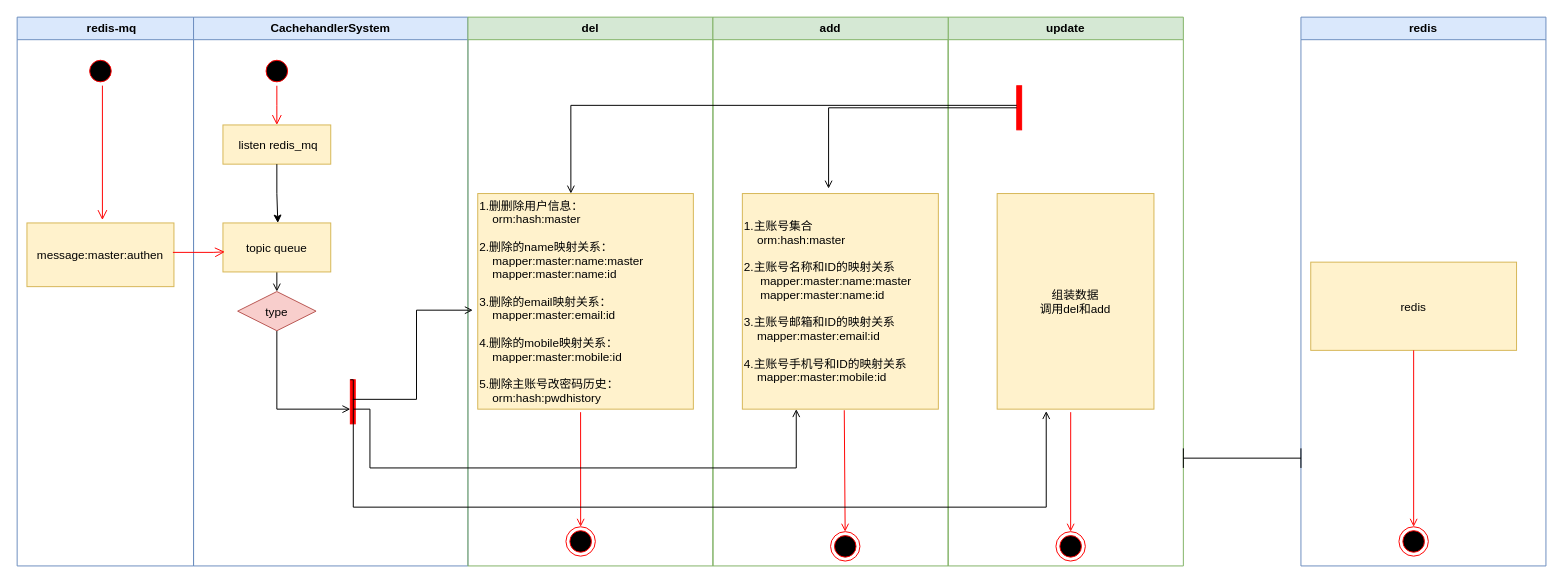
DeanYang121/typora_images keeps this draw.io diagram as page "主从帐号-主从帐号授权变更" (10 of 19) of cachehandlersystem_消息订阅.drawio. Above is the earlier version. Source tidied: cells renumbered, new cells numbered last; positions are measured from the earlier drawing's top-left corner, leaving out a move shared by most shapes. Both pictures are drawn from the tidied source at 98%, with x=0, y=0 at pixel (17, 17).
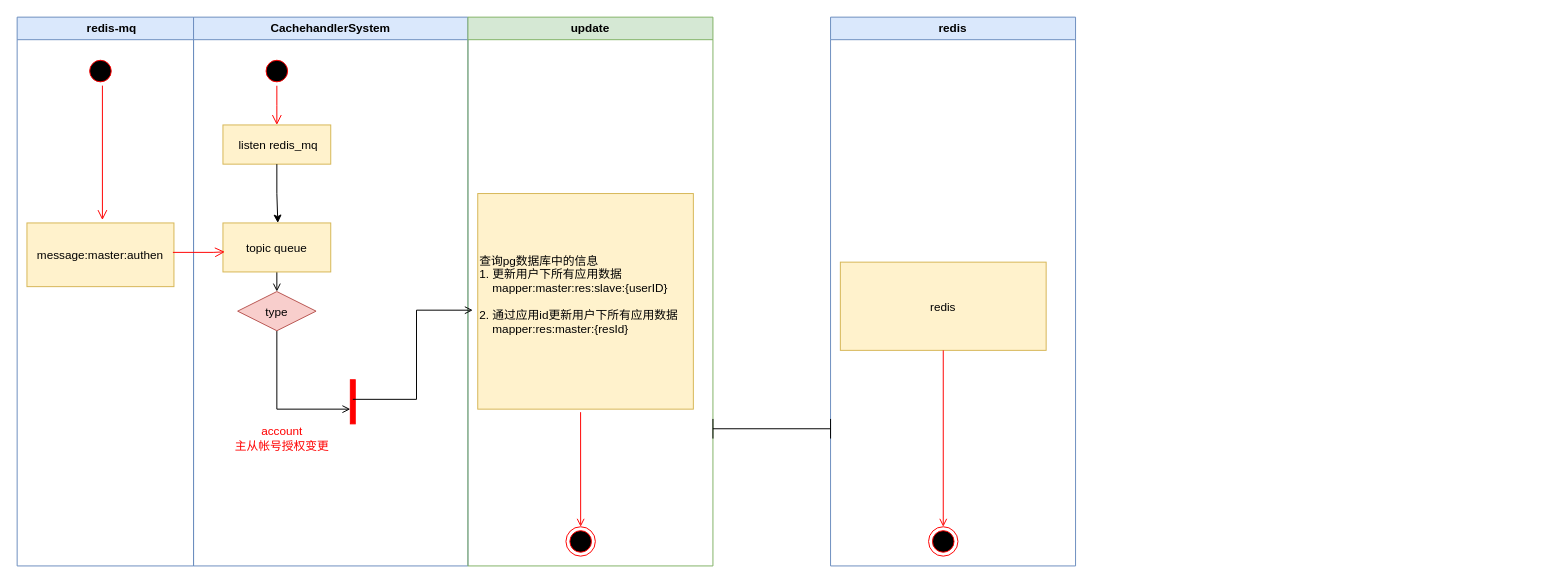
Above is the later version.

Unchanged cells that the change refers to:
```xml
<mxCell id="15" style="whiteSpace=wrap;strokeColor=#FF0000;fillColor=#FF0000;" parent="6" vertex="1">
  <mxGeometry x="160" y="370" width="5" height="45" as="geometry" />
</mxCell>
```

What changed in the source:
```diff
@@
-    <mxCell id="16" value="del" style="swimlane;whiteSpace=wrap;fillColor=#d5e8d4;strokeColor=#82b366;" parent="1" vertex="1">
+    <mxCell id="16" value="update" style="swimlane;whiteSpace=wrap;fillColor=#d5e8d4;strokeColor=#82b366;" parent="1" vertex="1">
       <mxGeometry x="460" width="250" height="560" as="geometry" />
     </mxCell>
-    <mxCell id="17" value="1.删删除用户信息：&#10;    orm:hash:master&#10;&#10;2.删除的name映射关系：&#10;    mapper:master:name:master&#10;    mapper:master:name:id&#10;&#10;3.删除的email映射关系：&#10;    mapper:master:email:id&#10;&#10;4.删除的mobile映射关系：&#10;    mapper:master:mobile:id&#10;&#10;5.删除主账号改密码历史：&#10;    orm:hash:pwdhistory" style="align=left;fillColor=#fff2cc;strokeColor=#d6b656;" parent="16" vertex="1">
+    <mxCell id="17" value="查询pg数据库中的信息&#10;1. 更新用户下所有应用数据&#10;    mapper:master:res:slave:{userID}&#10;&#10;2. 通过应用id更新用户下所有应用数据&#10;    mapper:res:master:{resId}&#10;    " style="align=left;fillColor=#fff2cc;strokeColor=#d6b656;" parent="16" vertex="1">
       <mxGeometry x="10" y="180" width="220" height="220" as="geometry" />
     </mxCell>
@@
-    <mxCell id="20" value="update" style="swimlane;whiteSpace=wrap;fillColor=#d5e8d4;strokeColor=#82b366;" parent="1" vertex="1">
-      <mxGeometry x="950" width="240" height="560" as="geometry" />
-    </mxCell>
-    <mxCell id="21" value="组装数据&#10;调用del和add" style="fillColor=#fff2cc;strokeColor=#d6b656;" parent="20" vertex="1">
-      <mxGeometry x="50" y="180" width="160" height="220" as="geometry" />
-    </mxCell>
-    <mxCell id="22" style="ellipse;shape=endState;fillColor=#000000;strokeColor=#ff0000;" parent="20" vertex="1">
-      <mxGeometry x="110" y="525" width="30" height="30" as="geometry" />
-    </mxCell>
-    <mxCell id="23" style="endArrow=open;strokeColor=#FF0000;endFill=1;rounded=0;exitX=0.469;exitY=1.014;exitDx=0;exitDy=0;exitPerimeter=0;" parent="20" edge="1" source="21" target="22">
-      <mxGeometry relative="1" as="geometry" />
-    </mxCell>
-    <mxCell id="24" style="whiteSpace=wrap;strokeColor=#FF0000;fillColor=#FF0000;" parent="20" vertex="1">
-      <mxGeometry x="70" y="70" width="5" height="45" as="geometry" />
-    </mxCell>
@@
-    <mxCell id="26" value="add" style="swimlane;whiteSpace=wrap;fillColor=#d5e8d4;strokeColor=#82b366;" parent="1" vertex="1">
-      <mxGeometry x="710" width="240" height="560" as="geometry" />
-    </mxCell>
-    <mxCell id="27" value="1.主账号集合&#10;    orm:hash:master&#10;    &#10;2.主账号名称和ID的映射关系&#10;     mapper:master:name:master&#10;     mapper:master:name:id&#10;&#10;3.主账号邮箱和ID的映射关系&#10;    mapper:master:email:id&#10;&#10;4.主账号手机号和ID的映射关系&#10;    mapper:master:mobile:id" style="align=left;fillColor=#fff2cc;strokeColor=#d6b656;" parent="26" vertex="1">
-      <mxGeometry x="30" y="180" width="200" height="220" as="geometry" />
-    </mxCell>
-    <mxCell id="28" style="ellipse;shape=endState;fillColor=#000000;strokeColor=#ff0000;" parent="26" vertex="1">
-      <mxGeometry x="120" y="525" width="30" height="30" as="geometry" />
-    </mxCell>
-    <mxCell id="29" style="endArrow=open;strokeColor=#FF0000;endFill=1;rounded=0;exitX=0.52;exitY=1.005;exitDx=0;exitDy=0;exitPerimeter=0;" parent="26" edge="1" source="27" target="28">
-      <mxGeometry relative="1" as="geometry" />
-    </mxCell>
-    <mxCell id="30" style="edgeStyle=orthogonalEdgeStyle;rounded=0;jettySize=auto;html=1;fontColor=#FF0000;endArrow=open;endFill=0;endSize=6;entryX=0.275;entryY=1;entryDx=0;entryDy=0;entryPerimeter=0;" parent="1" edge="1" target="27">
-      <mxGeometry relative="1" as="geometry">
-        <mxPoint x="343" y="400" as="sourcePoint" />
-        <Array as="points">
-          <mxPoint x="360" y="400" />
-          <mxPoint x="360" y="460" />
-          <mxPoint x="795" y="460" />
-        </Array>
-      </mxGeometry>
-    </mxCell>
-    <mxCell id="31" style="edgeStyle=orthogonalEdgeStyle;rounded=0;jettySize=auto;html=1;exitX=0;exitY=0;exitDx=0;exitDy=0;fontColor=#FF0000;endArrow=open;endFill=0;endSize=6;entryX=0.313;entryY=1.009;entryDx=0;entryDy=0;entryPerimeter=0;" parent="1" edge="1" source="15" target="21">
-      <mxGeometry relative="1" as="geometry">
-        <Array as="points">
-          <mxPoint x="343" y="500" />
-          <mxPoint x="1050" y="500" />
-        </Array>
-      </mxGeometry>
-    </mxCell>
@@
-    <mxCell id="33" style="edgeStyle=orthogonalEdgeStyle;rounded=0;jettySize=auto;html=1;entryX=0.432;entryY=0;entryDx=0;entryDy=0;entryPerimeter=0;fontColor=#FF0000;endArrow=open;endFill=0;endSize=6;" parent="1" edge="1" target="17">
-      <mxGeometry relative="1" as="geometry">
-        <mxPoint x="1020" y="90" as="sourcePoint" />
-        <Array as="points">
-          <mxPoint x="565" y="90" />
-        </Array>
-      </mxGeometry>
-    </mxCell>
-    <mxCell id="34" style="edgeStyle=orthogonalEdgeStyle;rounded=0;jettySize=auto;html=1;entryX=0.44;entryY=-0.023;entryDx=0;entryDy=0;entryPerimeter=0;fontColor=#FF0000;endArrow=open;endFill=0;endSize=6;" parent="1" edge="1" source="24" target="27">
-      <mxGeometry relative="1" as="geometry" />
-    </mxCell>
     <mxCell id="35" value="redis" style="swimlane;whiteSpace=wrap;fillColor=#dae8fc;strokeColor=#6c8ebf;" parent="1" vertex="1">
-      <mxGeometry x="1310" width="250" height="560" as="geometry" />
+      <mxGeometry x="830" width="250" height="560" as="geometry" />
     </mxCell>
@@
     <mxCell id="39" style="shape=crossbar;whiteSpace=wrap;html=1;rounded=1;strokeColor=default;fontColor=#FF0000;" parent="1" vertex="1">
-      <mxGeometry x="1190" y="440" width="120" height="20" as="geometry" />
+      <mxGeometry x="710" y="410" width="120" height="20" as="geometry" />
     </mxCell>
+    <mxCell id="40" value="account&lt;br&gt;主从帐号授权变更" style="text;html=1;align=center;verticalAlign=middle;strokeColor=none;fillColor=none;fontColor=#FF0000;" parent="1" vertex="1">
+      <mxGeometry x="210" y="410" width="120" height="40" as="geometry" />
+    </mxCell>
```
